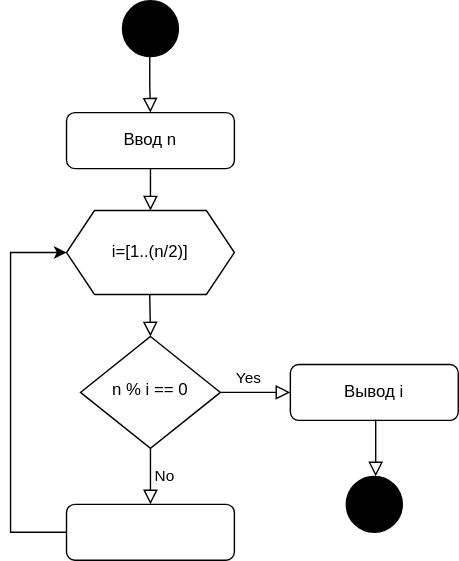
Above: 3 Diagram.drawio.svg in LazarevaDarya/work5 (draw.io), before the change. Source tidied: cells renumbered, new cells last; positions are measured from the earlier drawing's top-left corner, leaving out a move shared by most shapes. Its diagram source:
```xml
<mxGraphModel>
  <root>
    <mxCell id="0" />
    <mxCell id="1" parent="0" />
    <mxCell id="2" style="rounded=0;html=1;jettySize=auto;fontSize=11;endArrow=block;endFill=0;endSize=8;strokeWidth=1;shadow=0;labelBackgroundColor=none;edgeStyle=orthogonalEdgeStyle;entryX=0.5;entryY=0;entryDx=0;entryDy=0;" parent="1" edge="1" source="3" target="9">
      <mxGeometry relative="1" as="geometry" />
    </mxCell>
    <mxCell id="3" value="Ввод n" style="rounded=1;whiteSpace=wrap;html=1;fontSize=12;glass=0;strokeWidth=1;shadow=0;" parent="1" vertex="1">
      <mxGeometry x="40" y="80" width="120" height="40" as="geometry" />
    </mxCell>
    <mxCell id="4" value="Yes" style="rounded=0;html=1;jettySize=auto;fontSize=11;endArrow=block;endFill=0;endSize=8;strokeWidth=1;shadow=0;labelBackgroundColor=none;edgeStyle=orthogonalEdgeStyle;" parent="1" edge="1" source="6">
      <mxGeometry x="-1" y="86" relative="1" as="geometry">
        <mxPoint x="100" y="360" as="targetPoint" />
        <mxPoint x="-16" y="-50" as="offset" />
      </mxGeometry>
    </mxCell>
    <mxCell id="5" value="No" style="edgeStyle=orthogonalEdgeStyle;rounded=0;html=1;jettySize=auto;fontSize=11;endArrow=block;endFill=0;endSize=8;strokeWidth=1;shadow=0;labelBackgroundColor=none;" parent="1" edge="1" source="6" target="7">
      <mxGeometry x="-1" y="-72" relative="1" as="geometry">
        <mxPoint x="-40" y="-12" as="offset" />
      </mxGeometry>
    </mxCell>
    <mxCell id="6" value="n % i == 0" style="rhombus;whiteSpace=wrap;html=1;shadow=0;fontFamily=Helvetica;fontSize=12;align=center;strokeWidth=1;spacing=6;spacingTop=-4;" parent="1" vertex="1">
      <mxGeometry x="50" y="240" width="100" height="80" as="geometry" />
    </mxCell>
    <mxCell id="7" value="Вывод i" style="rounded=1;whiteSpace=wrap;html=1;fontSize=12;glass=0;strokeWidth=1;shadow=0;" parent="1" vertex="1">
      <mxGeometry x="200" y="260" width="120" height="40" as="geometry" />
    </mxCell>
    <mxCell id="8" style="rounded=1;whiteSpace=wrap;html=1;fontSize=12;glass=0;strokeWidth=1;shadow=0;" parent="1" vertex="1">
      <mxGeometry x="40" y="360" width="120" height="40" as="geometry" />
    </mxCell>
    <mxCell id="9" style="shape=hexagon;perimeter=hexagonPerimeter2;whiteSpace=wrap;html=1;fixedSize=1;" parent="1" vertex="1">
      <mxGeometry x="40" y="150" width="120" height="60" as="geometry" />
    </mxCell>
    <mxCell id="10" style="rounded=0;html=1;jettySize=auto;orthogonalLoop=1;fontSize=11;endArrow=block;endFill=0;endSize=8;strokeWidth=1;shadow=0;labelBackgroundColor=none;edgeStyle=orthogonalEdgeStyle;" parent="1" edge="1">
      <mxGeometry relative="1" as="geometry">
        <mxPoint x="99.5" y="210" as="sourcePoint" />
        <mxPoint x="100" y="240" as="targetPoint" />
      </mxGeometry>
    </mxCell>
    <mxCell id="11" value="i=[1..(n/2)]" style="text;html=1;strokeColor=none;fillColor=none;align=center;verticalAlign=middle;whiteSpace=wrap;rounded=0;" parent="1" vertex="1">
      <mxGeometry x="65" y="165" width="70" height="30" as="geometry" />
    </mxCell>
    <mxCell id="12" style="endArrow=classic;html=1;rounded=0;entryX=0;entryY=0.5;entryDx=0;entryDy=0;exitX=0;exitY=0.5;exitDx=0;exitDy=0;" parent="1" edge="1" source="8" target="9">
      <mxGeometry relative="1" as="geometry">
        <Array as="points">
          <mxPoint y="380" />
          <mxPoint y="280" />
          <mxPoint y="180" />
        </Array>
      </mxGeometry>
    </mxCell>
    <mxCell id="13" style="ellipse;whiteSpace=wrap;html=1;fillColor=#000000;" parent="1" vertex="1">
      <mxGeometry x="80" width="40" height="40" as="geometry" />
    </mxCell>
    <mxCell id="14" style="rounded=0;html=1;jettySize=auto;fontSize=11;endArrow=block;endFill=0;endSize=8;strokeWidth=1;shadow=0;labelBackgroundColor=none;edgeStyle=orthogonalEdgeStyle;entryX=0.5;entryY=0;entryDx=0;entryDy=0;" parent="1" edge="1" target="3">
      <mxGeometry relative="1" as="geometry">
        <mxPoint x="99.5" y="40" as="sourcePoint" />
      </mxGeometry>
    </mxCell>
    <mxCell id="15" style="ellipse;whiteSpace=wrap;html=1;fillColor=#000000;" parent="1" vertex="1">
      <mxGeometry x="240" y="340" width="40" height="40" as="geometry" />
    </mxCell>
    <mxCell id="16" style="rounded=0;html=1;jettySize=auto;orthogonalLoop=1;fontSize=11;endArrow=block;endFill=0;endSize=8;strokeWidth=1;shadow=0;labelBackgroundColor=none;edgeStyle=orthogonalEdgeStyle;" parent="1" edge="1">
      <mxGeometry relative="1" as="geometry">
        <mxPoint x="260" y="300" as="sourcePoint" />
        <mxPoint x="261" y="340" as="targetPoint" />
        <Array as="points">
          <mxPoint x="261" y="300" />
          <mxPoint x="261" y="320" />
        </Array>
      </mxGeometry>
    </mxCell>
  </root>
</mxGraphModel>
```
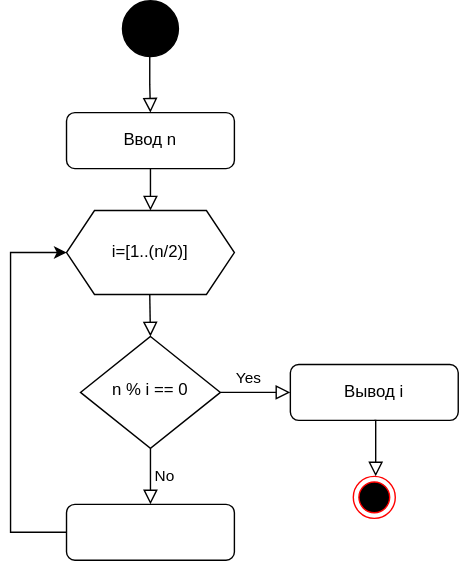
After the change.

Commit message:
Добавлена диаграмма к 3 заданию

What changed in the source:
```diff
@@ -57,9 +57,6 @@
         <mxPoint x="99.5" y="40" as="sourcePoint" />
       </mxGeometry>
     </mxCell>
-    <mxCell id="15" style="ellipse;whiteSpace=wrap;html=1;fillColor=#000000;" parent="1" vertex="1">
-      <mxGeometry x="240" y="340" width="40" height="40" as="geometry" />
-    </mxCell>
     <mxCell id="16" style="rounded=0;html=1;jettySize=auto;orthogonalLoop=1;fontSize=11;endArrow=block;endFill=0;endSize=8;strokeWidth=1;shadow=0;labelBackgroundColor=none;edgeStyle=orthogonalEdgeStyle;" parent="1" edge="1">
       <mxGeometry relative="1" as="geometry">
         <mxPoint x="260" y="300" as="sourcePoint" />
@@ -70,5 +67,8 @@
         </Array>
       </mxGeometry>
     </mxCell>
+    <mxCell id="17" style="ellipse;html=1;shape=endState;fillColor=#000000;strokeColor=#ff0000;" parent="1" vertex="1">
+      <mxGeometry x="245" y="340" width="30" height="30" as="geometry" />
+    </mxCell>
   </root>
 </mxGraphModel>
```
